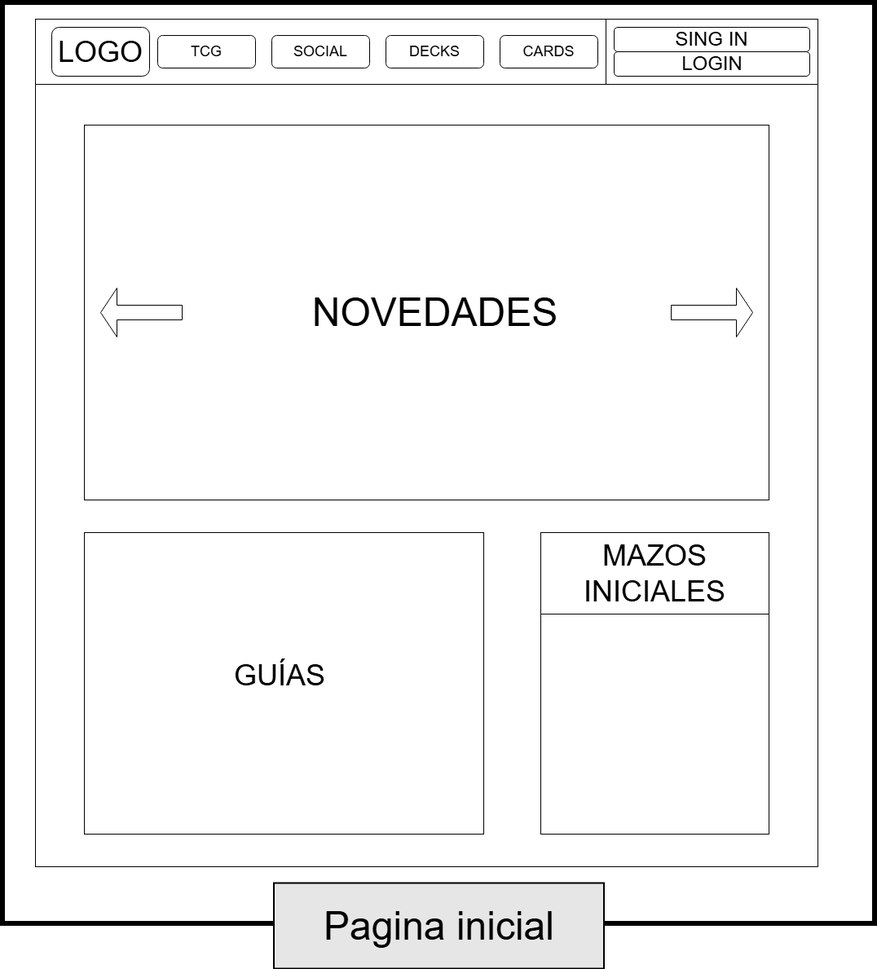
This is Recursos/Boceto2_Inicio.png from edgsant/CardPartner-TCG-Platform, a draw.io export, as it was before one commit. Source tidied: cells renumbered, new cells last; positions are measured from the earlier drawing's top-left corner, leaving out a move shared by most shapes. The source it was exported from:
```xml
<mxGraphModel>
  <root>
    <mxCell id="0" />
    <mxCell id="1" parent="0" />
    <mxCell id="2" style="rounded=0;whiteSpace=wrap;html=1;" parent="1" vertex="1">
      <mxGeometry x="40" y="20" width="960" height="1040" as="geometry" />
    </mxCell>
    <mxCell id="3" style="rounded=0;whiteSpace=wrap;html=1;" parent="1" vertex="1">
      <mxGeometry x="40" y="20" width="840" height="80" as="geometry" />
    </mxCell>
    <mxCell id="4" style="rounded=0;whiteSpace=wrap;html=1;" parent="1" vertex="1">
      <mxGeometry x="740" y="20" width="260" height="80" as="geometry" />
    </mxCell>
    <mxCell id="5" style="rounded=0;whiteSpace=wrap;html=1;" parent="1" vertex="1">
      <mxGeometry x="100" y="150" width="840" height="460" as="geometry" />
    </mxCell>
    <mxCell id="6" style="rounded=0;whiteSpace=wrap;html=1;" parent="1" vertex="1">
      <mxGeometry x="100" y="650" width="490" height="370" as="geometry" />
    </mxCell>
    <mxCell id="7" style="rounded=0;whiteSpace=wrap;html=1;" parent="1" vertex="1">
      <mxGeometry x="660" y="650" width="280" height="370" as="geometry" />
    </mxCell>
    <mxCell id="8" style="rounded=1;whiteSpace=wrap;html=1;" parent="1" vertex="1">
      <mxGeometry x="750" y="30" width="240" height="30" as="geometry" />
    </mxCell>
    <mxCell id="9" style="rounded=1;whiteSpace=wrap;html=1;" parent="1" vertex="1">
      <mxGeometry x="750" y="60" width="240" height="30" as="geometry" />
    </mxCell>
    <mxCell id="10" value="&lt;font style=&quot;font-size: 24px;&quot;&gt;SING IN&lt;/font&gt;" style="text;html=1;whiteSpace=wrap;strokeColor=none;fillColor=none;align=center;verticalAlign=middle;rounded=0;" parent="1" vertex="1">
      <mxGeometry x="775" y="30" width="190" height="30" as="geometry" />
    </mxCell>
    <mxCell id="11" value="&lt;font style=&quot;font-size: 24px;&quot;&gt;LOGIN&lt;/font&gt;" style="text;html=1;whiteSpace=wrap;strokeColor=none;fillColor=none;align=center;verticalAlign=middle;rounded=0;" parent="1" vertex="1">
      <mxGeometry x="787.5" y="60" width="165" height="30" as="geometry" />
    </mxCell>
    <mxCell id="12" style="rounded=1;whiteSpace=wrap;html=1;" parent="1" vertex="1">
      <mxGeometry x="60" y="30" width="120" height="60" as="geometry" />
    </mxCell>
    <mxCell id="13" value="&lt;font style=&quot;font-size: 36px;&quot;&gt;LOGO&lt;/font&gt;" style="text;html=1;whiteSpace=wrap;strokeColor=none;fillColor=none;align=center;verticalAlign=middle;rounded=0;" parent="1" vertex="1">
      <mxGeometry x="70" y="40" width="100" height="40" as="geometry" />
    </mxCell>
    <mxCell id="14" style="rounded=1;whiteSpace=wrap;html=1;" parent="1" vertex="1">
      <mxGeometry x="190" y="40" width="120" height="40" as="geometry" />
    </mxCell>
    <mxCell id="15" style="rounded=1;whiteSpace=wrap;html=1;" parent="1" vertex="1">
      <mxGeometry x="330" y="40" width="120" height="40" as="geometry" />
    </mxCell>
    <mxCell id="16" style="rounded=1;whiteSpace=wrap;html=1;" parent="1" vertex="1">
      <mxGeometry x="470" y="40" width="120" height="40" as="geometry" />
    </mxCell>
    <mxCell id="17" style="rounded=1;whiteSpace=wrap;html=1;" parent="1" vertex="1">
      <mxGeometry x="610" y="40" width="120" height="40" as="geometry" />
    </mxCell>
    <mxCell id="18" value="&lt;font style=&quot;font-size: 18px;&quot;&gt;TCG&lt;/font&gt;" style="text;html=1;whiteSpace=wrap;strokeColor=none;fillColor=none;align=center;verticalAlign=middle;rounded=0;" parent="1" vertex="1">
      <mxGeometry x="205" y="45" width="90" height="30" as="geometry" />
    </mxCell>
    <mxCell id="19" value="&lt;font style=&quot;font-size: 18px;&quot;&gt;SOCIAL&lt;/font&gt;" style="text;html=1;whiteSpace=wrap;strokeColor=none;fillColor=none;align=center;verticalAlign=middle;rounded=0;" parent="1" vertex="1">
      <mxGeometry x="330" y="45" width="120" height="30" as="geometry" />
    </mxCell>
    <mxCell id="20" value="&lt;font style=&quot;font-size: 18px;&quot;&gt;DECKS&lt;/font&gt;" style="text;html=1;whiteSpace=wrap;strokeColor=none;fillColor=none;align=center;verticalAlign=middle;rounded=0;" parent="1" vertex="1">
      <mxGeometry x="500" y="45" width="60" height="30" as="geometry" />
    </mxCell>
    <mxCell id="21" value="&lt;font style=&quot;font-size: 18px;&quot;&gt;CARDS&lt;/font&gt;" style="text;html=1;whiteSpace=wrap;strokeColor=none;fillColor=none;align=center;verticalAlign=middle;rounded=0;" parent="1" vertex="1">
      <mxGeometry x="625" y="45" width="90" height="30" as="geometry" />
    </mxCell>
    <mxCell id="22" value="&lt;span style=&quot;font-size: 48px;&quot;&gt;NOVEDADES&lt;/span&gt;" style="text;html=1;whiteSpace=wrap;strokeColor=none;fillColor=none;align=center;verticalAlign=middle;rounded=0;" parent="1" vertex="1">
      <mxGeometry x="327.5" y="327.5" width="405" height="105" as="geometry" />
    </mxCell>
    <mxCell id="23" style="shape=singleArrow;whiteSpace=wrap;html=1;" parent="1" vertex="1">
      <mxGeometry x="820" y="350" width="100" height="60" as="geometry" />
    </mxCell>
    <mxCell id="24" style="shape=singleArrow;direction=west;whiteSpace=wrap;html=1;" parent="1" vertex="1">
      <mxGeometry x="120" y="350" width="100" height="60" as="geometry" />
    </mxCell>
    <mxCell id="25" value="&lt;span style=&quot;font-size: 36px;&quot;&gt;GUÍAS&lt;/span&gt;" style="text;html=1;whiteSpace=wrap;strokeColor=none;fillColor=none;align=center;verticalAlign=middle;rounded=0;" parent="1" vertex="1">
      <mxGeometry x="150" y="700" width="380" height="250" as="geometry" />
    </mxCell>
    <mxCell id="26" style="rounded=0;whiteSpace=wrap;html=1;" parent="1" vertex="1">
      <mxGeometry x="660" y="650" width="280" height="100" as="geometry" />
    </mxCell>
    <mxCell id="27" value="&lt;font style=&quot;font-size: 36px;&quot;&gt;MAZOS INICIALES&lt;/font&gt;" style="text;html=1;whiteSpace=wrap;strokeColor=none;fillColor=none;align=center;verticalAlign=middle;rounded=0;" parent="1" vertex="1">
      <mxGeometry x="670" y="670" width="260" height="60" as="geometry" />
    </mxCell>
    <mxCell id="28" style="rounded=0;whiteSpace=wrap;html=1;fillColor=none;strokeWidth=6;" parent="1" vertex="1">
      <mxGeometry width="1070" height="1130" as="geometry" />
    </mxCell>
    <mxCell id="29" value="&lt;span style=&quot;font-size: 48px;&quot;&gt;Pagina inicial&lt;/span&gt;" style="text;html=1;whiteSpace=wrap;align=center;verticalAlign=middle;rounded=0;fillColor=#E6E6E6;fillStyle=solid;strokeColor=default;strokeWidth=2;" parent="1" vertex="1">
      <mxGeometry x="332.5" y="1080" width="405" height="105" as="geometry" />
    </mxCell>
  </root>
</mxGraphModel>
```
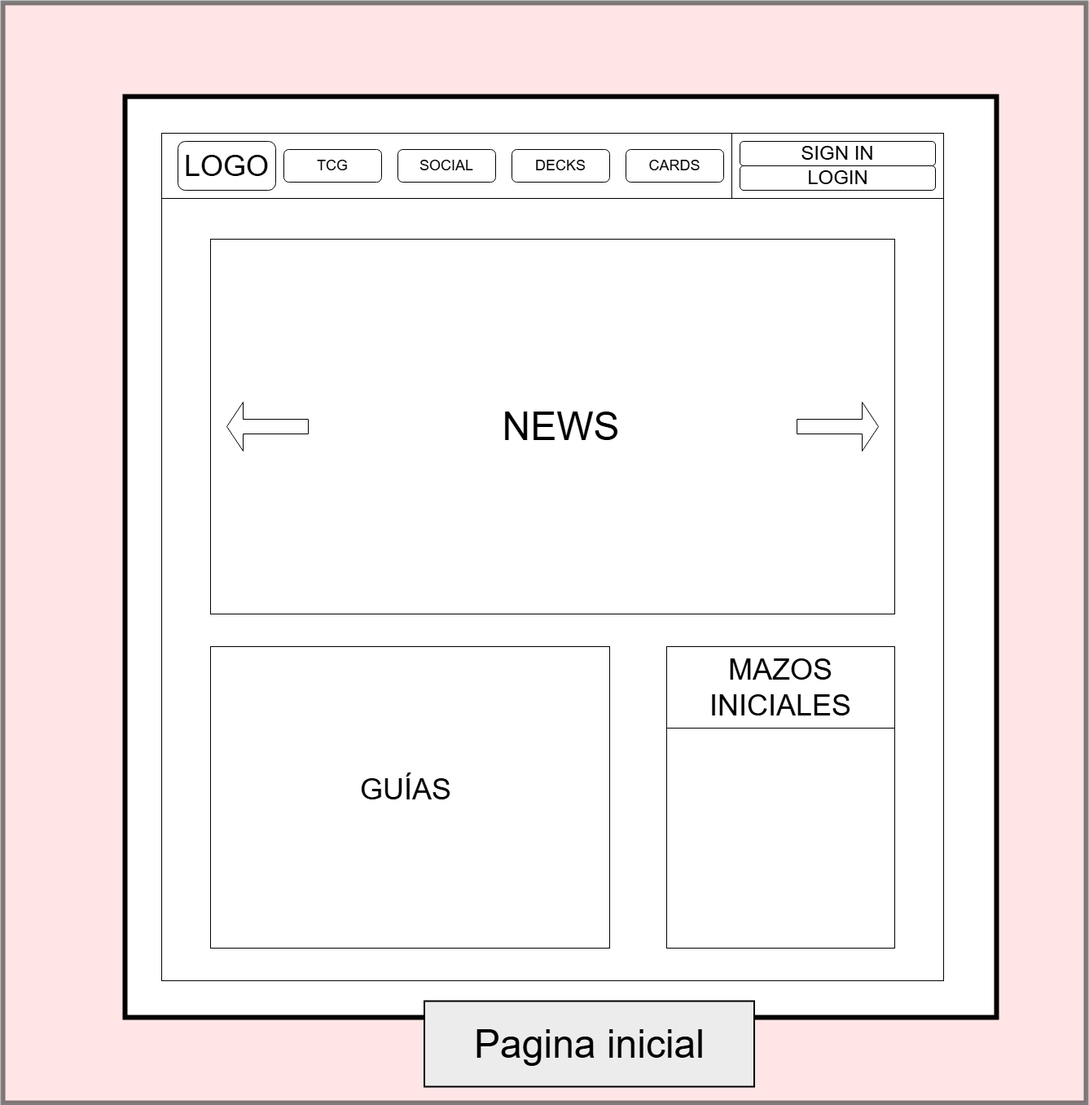
The same diagram one commit later.

Diff of the diagram source:
```diff
@@ -2,89 +2,92 @@
   <root>
     <mxCell id="0" />
     <mxCell id="1" parent="0" />
-    <mxCell id="2" style="rounded=0;whiteSpace=wrap;html=1;" parent="1" vertex="1">
-      <mxGeometry x="40" y="20" width="960" height="1040" as="geometry" />
+    <mxCell id="2" style="rounded=0;whiteSpace=wrap;html=1;fillColor=light-dark(#FFCCCC,#67C4FF);fillStyle=auto;gradientColor=none;opacity=50;strokeWidth=6;" parent="1" vertex="1">
+      <mxGeometry x="-120" y="-70" width="1330" height="1350" as="geometry" />
     </mxCell>
-    <mxCell id="3" style="rounded=0;whiteSpace=wrap;html=1;" parent="1" vertex="1">
-      <mxGeometry x="40" y="20" width="840" height="80" as="geometry" />
+    <mxCell id="3" style="rounded=0;whiteSpace=wrap;html=1;strokeWidth=6;labelBackgroundColor=none;" parent="1" vertex="1">
+      <mxGeometry x="30" y="45" width="1070" height="1130" as="geometry" />
     </mxCell>
-    <mxCell id="4" style="rounded=0;whiteSpace=wrap;html=1;" parent="1" vertex="1">
-      <mxGeometry x="740" y="20" width="260" height="80" as="geometry" />
+    <mxCell id="4" style="rounded=0;whiteSpace=wrap;html=1;labelBackgroundColor=none;" parent="1" vertex="1">
+      <mxGeometry x="75" y="90" width="960" height="1040" as="geometry" />
     </mxCell>
-    <mxCell id="5" style="rounded=0;whiteSpace=wrap;html=1;" parent="1" vertex="1">
-      <mxGeometry x="100" y="150" width="840" height="460" as="geometry" />
+    <mxCell id="5" style="rounded=0;whiteSpace=wrap;html=1;labelBackgroundColor=none;" parent="1" vertex="1">
+      <mxGeometry x="75" y="90" width="840" height="80" as="geometry" />
     </mxCell>
-    <mxCell id="6" style="rounded=0;whiteSpace=wrap;html=1;" parent="1" vertex="1">
-      <mxGeometry x="100" y="650" width="490" height="370" as="geometry" />
+    <mxCell id="6" style="rounded=0;whiteSpace=wrap;html=1;labelBackgroundColor=none;" parent="1" vertex="1">
+      <mxGeometry x="775" y="90" width="260" height="80" as="geometry" />
     </mxCell>
-    <mxCell id="7" style="rounded=0;whiteSpace=wrap;html=1;" parent="1" vertex="1">
-      <mxGeometry x="660" y="650" width="280" height="370" as="geometry" />
+    <mxCell id="7" style="rounded=0;whiteSpace=wrap;html=1;labelBackgroundColor=none;" parent="1" vertex="1">
+      <mxGeometry x="135" y="220" width="840" height="460" as="geometry" />
     </mxCell>
-    <mxCell id="8" style="rounded=1;whiteSpace=wrap;html=1;" parent="1" vertex="1">
-      <mxGeometry x="750" y="30" width="240" height="30" as="geometry" />
+    <mxCell id="8" style="rounded=0;whiteSpace=wrap;html=1;labelBackgroundColor=none;" parent="1" vertex="1">
+      <mxGeometry x="135" y="720" width="490" height="370" as="geometry" />
     </mxCell>
-    <mxCell id="9" style="rounded=1;whiteSpace=wrap;html=1;" parent="1" vertex="1">
-      <mxGeometry x="750" y="60" width="240" height="30" as="geometry" />
+    <mxCell id="9" style="rounded=0;whiteSpace=wrap;html=1;labelBackgroundColor=none;" parent="1" vertex="1">
+      <mxGeometry x="695" y="720" width="280" height="370" as="geometry" />
     </mxCell>
-    <mxCell id="10" value="&lt;font style=&quot;font-size: 24px;&quot;&gt;SING IN&lt;/font&gt;" style="text;html=1;whiteSpace=wrap;strokeColor=none;fillColor=none;align=center;verticalAlign=middle;rounded=0;" parent="1" vertex="1">
-      <mxGeometry x="775" y="30" width="190" height="30" as="geometry" />
+    <mxCell id="10" style="rounded=1;whiteSpace=wrap;html=1;labelBackgroundColor=none;" parent="1" vertex="1">
+      <mxGeometry x="785" y="100" width="240" height="30" as="geometry" />
     </mxCell>
-    <mxCell id="11" value="&lt;font style=&quot;font-size: 24px;&quot;&gt;LOGIN&lt;/font&gt;" style="text;html=1;whiteSpace=wrap;strokeColor=none;fillColor=none;align=center;verticalAlign=middle;rounded=0;" parent="1" vertex="1">
-      <mxGeometry x="787.5" y="60" width="165" height="30" as="geometry" />
+    <mxCell id="11" style="rounded=1;whiteSpace=wrap;html=1;labelBackgroundColor=none;" parent="1" vertex="1">
+      <mxGeometry x="785" y="130" width="240" height="30" as="geometry" />
     </mxCell>
-    <mxCell id="12" style="rounded=1;whiteSpace=wrap;html=1;" parent="1" vertex="1">
-      <mxGeometry x="60" y="30" width="120" height="60" as="geometry" />
+    <mxCell id="12" value="&lt;span style=&quot;font-size: 24px;&quot;&gt;SIGN IN&lt;/span&gt;" style="text;html=1;whiteSpace=wrap;strokeColor=none;fillColor=none;align=center;verticalAlign=middle;rounded=0;labelBackgroundColor=none;" parent="1" vertex="1">
+      <mxGeometry x="810" y="100" width="190" height="30" as="geometry" />
     </mxCell>
-    <mxCell id="13" value="&lt;font style=&quot;font-size: 36px;&quot;&gt;LOGO&lt;/font&gt;" style="text;html=1;whiteSpace=wrap;strokeColor=none;fillColor=none;align=center;verticalAlign=middle;rounded=0;" parent="1" vertex="1">
-      <mxGeometry x="70" y="40" width="100" height="40" as="geometry" />
+    <mxCell id="13" value="&lt;font style=&quot;font-size: 24px;&quot;&gt;LOGIN&lt;/font&gt;" style="text;html=1;whiteSpace=wrap;strokeColor=none;fillColor=none;align=center;verticalAlign=middle;rounded=0;labelBackgroundColor=none;" parent="1" vertex="1">
+      <mxGeometry x="822.5" y="130" width="165" height="30" as="geometry" />
     </mxCell>
-    <mxCell id="14" style="rounded=1;whiteSpace=wrap;html=1;" parent="1" vertex="1">
-      <mxGeometry x="190" y="40" width="120" height="40" as="geometry" />
+    <mxCell id="14" style="rounded=1;whiteSpace=wrap;html=1;labelBackgroundColor=none;" parent="1" vertex="1">
+      <mxGeometry x="95" y="100" width="120" height="60" as="geometry" />
     </mxCell>
-    <mxCell id="15" style="rounded=1;whiteSpace=wrap;html=1;" parent="1" vertex="1">
-      <mxGeometry x="330" y="40" width="120" height="40" as="geometry" />
+    <mxCell id="15" value="&lt;font style=&quot;font-size: 36px;&quot;&gt;LOGO&lt;/font&gt;" style="text;html=1;whiteSpace=wrap;strokeColor=none;fillColor=none;align=center;verticalAlign=middle;rounded=0;labelBackgroundColor=none;" parent="1" vertex="1">
+      <mxGeometry x="105" y="110" width="100" height="40" as="geometry" />
     </mxCell>
-    <mxCell id="16" style="rounded=1;whiteSpace=wrap;html=1;" parent="1" vertex="1">
-      <mxGeometry x="470" y="40" width="120" height="40" as="geometry" />
+    <mxCell id="16" style="rounded=1;whiteSpace=wrap;html=1;labelBackgroundColor=none;" parent="1" vertex="1">
+      <mxGeometry x="225" y="110" width="120" height="40" as="geometry" />
     </mxCell>
-    <mxCell id="17" style="rounded=1;whiteSpace=wrap;html=1;" parent="1" vertex="1">
-      <mxGeometry x="610" y="40" width="120" height="40" as="geometry" />
+    <mxCell id="17" style="rounded=1;whiteSpace=wrap;html=1;labelBackgroundColor=none;" parent="1" vertex="1">
+      <mxGeometry x="365" y="110" width="120" height="40" as="geometry" />
     </mxCell>
-    <mxCell id="18" value="&lt;font style=&quot;font-size: 18px;&quot;&gt;TCG&lt;/font&gt;" style="text;html=1;whiteSpace=wrap;strokeColor=none;fillColor=none;align=center;verticalAlign=middle;rounded=0;" parent="1" vertex="1">
-      <mxGeometry x="205" y="45" width="90" height="30" as="geometry" />
+    <mxCell id="18" style="rounded=1;whiteSpace=wrap;html=1;labelBackgroundColor=none;" parent="1" vertex="1">
+      <mxGeometry x="505" y="110" width="120" height="40" as="geometry" />
     </mxCell>
-    <mxCell id="19" value="&lt;font style=&quot;font-size: 18px;&quot;&gt;SOCIAL&lt;/font&gt;" style="text;html=1;whiteSpace=wrap;strokeColor=none;fillColor=none;align=center;verticalAlign=middle;rounded=0;" parent="1" vertex="1">
-      <mxGeometry x="330" y="45" width="120" height="30" as="geometry" />
+    <mxCell id="19" style="rounded=1;whiteSpace=wrap;html=1;labelBackgroundColor=none;" parent="1" vertex="1">
+      <mxGeometry x="645" y="110" width="120" height="40" as="geometry" />
     </mxCell>
-    <mxCell id="20" value="&lt;font style=&quot;font-size: 18px;&quot;&gt;DECKS&lt;/font&gt;" style="text;html=1;whiteSpace=wrap;strokeColor=none;fillColor=none;align=center;verticalAlign=middle;rounded=0;" parent="1" vertex="1">
-      <mxGeometry x="500" y="45" width="60" height="30" as="geometry" />
+    <mxCell id="20" value="&lt;font style=&quot;font-size: 18px;&quot;&gt;TCG&lt;/font&gt;" style="text;html=1;whiteSpace=wrap;strokeColor=none;fillColor=none;align=center;verticalAlign=middle;rounded=0;labelBackgroundColor=none;" parent="1" vertex="1">
+      <mxGeometry x="240" y="115" width="90" height="30" as="geometry" />
     </mxCell>
-    <mxCell id="21" value="&lt;font style=&quot;font-size: 18px;&quot;&gt;CARDS&lt;/font&gt;" style="text;html=1;whiteSpace=wrap;strokeColor=none;fillColor=none;align=center;verticalAlign=middle;rounded=0;" parent="1" vertex="1">
-      <mxGeometry x="625" y="45" width="90" height="30" as="geometry" />
+    <mxCell id="21" value="&lt;font style=&quot;font-size: 18px;&quot;&gt;SOCIAL&lt;/font&gt;" style="text;html=1;whiteSpace=wrap;strokeColor=none;fillColor=none;align=center;verticalAlign=middle;rounded=0;labelBackgroundColor=none;" parent="1" vertex="1">
+      <mxGeometry x="365" y="115" width="120" height="30" as="geometry" />
     </mxCell>
-    <mxCell id="22" value="&lt;span style=&quot;font-size: 48px;&quot;&gt;NOVEDADES&lt;/span&gt;" style="text;html=1;whiteSpace=wrap;strokeColor=none;fillColor=none;align=center;verticalAlign=middle;rounded=0;" parent="1" vertex="1">
-      <mxGeometry x="327.5" y="327.5" width="405" height="105" as="geometry" />
+    <mxCell id="22" value="&lt;font style=&quot;font-size: 18px;&quot;&gt;DECKS&lt;/font&gt;" style="text;html=1;whiteSpace=wrap;strokeColor=none;fillColor=none;align=center;verticalAlign=middle;rounded=0;labelBackgroundColor=none;" parent="1" vertex="1">
+      <mxGeometry x="535" y="115" width="60" height="30" as="geometry" />
     </mxCell>
-    <mxCell id="23" style="shape=singleArrow;whiteSpace=wrap;html=1;" parent="1" vertex="1">
-      <mxGeometry x="820" y="350" width="100" height="60" as="geometry" />
+    <mxCell id="23" value="&lt;font style=&quot;font-size: 18px;&quot;&gt;CARDS&lt;/font&gt;" style="text;html=1;whiteSpace=wrap;strokeColor=none;fillColor=none;align=center;verticalAlign=middle;rounded=0;labelBackgroundColor=none;" parent="1" vertex="1">
+      <mxGeometry x="660" y="115" width="90" height="30" as="geometry" />
     </mxCell>
-    <mxCell id="24" style="shape=singleArrow;direction=west;whiteSpace=wrap;html=1;" parent="1" vertex="1">
-      <mxGeometry x="120" y="350" width="100" height="60" as="geometry" />
+    <mxCell id="24" value="&lt;span style=&quot;font-size: 48px;&quot;&gt;NEWS&lt;/span&gt;" style="text;html=1;whiteSpace=wrap;strokeColor=none;fillColor=none;align=center;verticalAlign=middle;rounded=0;labelBackgroundColor=none;" parent="1" vertex="1">
+      <mxGeometry x="362.5" y="397.5" width="405" height="105" as="geometry" />
     </mxCell>
-    <mxCell id="25" value="&lt;span style=&quot;font-size: 36px;&quot;&gt;GUÍAS&lt;/span&gt;" style="text;html=1;whiteSpace=wrap;strokeColor=none;fillColor=none;align=center;verticalAlign=middle;rounded=0;" parent="1" vertex="1">
-      <mxGeometry x="150" y="700" width="380" height="250" as="geometry" />
+    <mxCell id="25" style="shape=singleArrow;whiteSpace=wrap;html=1;labelBackgroundColor=none;" parent="1" vertex="1">
+      <mxGeometry x="855" y="420" width="100" height="60" as="geometry" />
     </mxCell>
-    <mxCell id="26" style="rounded=0;whiteSpace=wrap;html=1;" parent="1" vertex="1">
-      <mxGeometry x="660" y="650" width="280" height="100" as="geometry" />
+    <mxCell id="26" style="shape=singleArrow;direction=west;whiteSpace=wrap;html=1;labelBackgroundColor=none;" parent="1" vertex="1">
+      <mxGeometry x="155" y="420" width="100" height="60" as="geometry" />
     </mxCell>
-    <mxCell id="27" value="&lt;font style=&quot;font-size: 36px;&quot;&gt;MAZOS INICIALES&lt;/font&gt;" style="text;html=1;whiteSpace=wrap;strokeColor=none;fillColor=none;align=center;verticalAlign=middle;rounded=0;" parent="1" vertex="1">
-      <mxGeometry x="670" y="670" width="260" height="60" as="geometry" />
+    <mxCell id="27" value="&lt;span style=&quot;font-size: 36px;&quot;&gt;GUÍAS&lt;/span&gt;" style="text;html=1;whiteSpace=wrap;strokeColor=none;fillColor=none;align=center;verticalAlign=middle;rounded=0;labelBackgroundColor=none;" parent="1" vertex="1">
+      <mxGeometry x="185" y="770" width="380" height="250" as="geometry" />
     </mxCell>
-    <mxCell id="28" style="rounded=0;whiteSpace=wrap;html=1;fillColor=none;strokeWidth=6;" parent="1" vertex="1">
-      <mxGeometry width="1070" height="1130" as="geometry" />
+    <mxCell id="28" style="rounded=0;whiteSpace=wrap;html=1;labelBackgroundColor=none;" parent="1" vertex="1">
+      <mxGeometry x="695" y="720" width="280" height="100" as="geometry" />
     </mxCell>
-    <mxCell id="29" value="&lt;span style=&quot;font-size: 48px;&quot;&gt;Pagina inicial&lt;/span&gt;" style="text;html=1;whiteSpace=wrap;align=center;verticalAlign=middle;rounded=0;fillColor=#E6E6E6;fillStyle=solid;strokeColor=default;strokeWidth=2;" parent="1" vertex="1">
-      <mxGeometry x="332.5" y="1080" width="405" height="105" as="geometry" />
+    <mxCell id="29" value="&lt;font style=&quot;font-size: 36px;&quot;&gt;MAZOS INICIALES&lt;/font&gt;" style="text;html=1;whiteSpace=wrap;strokeColor=none;fillColor=none;align=center;verticalAlign=middle;rounded=0;labelBackgroundColor=none;" parent="1" vertex="1">
+      <mxGeometry x="705" y="740" width="260" height="60" as="geometry" />
     </mxCell>
+    <mxCell id="30" value="&lt;span style=&quot;font-size: 48px;&quot;&gt;Pagina inicial&lt;/span&gt;" style="text;html=1;whiteSpace=wrap;align=center;verticalAlign=middle;rounded=0;fillStyle=solid;strokeWidth=2;labelBackgroundColor=none;fillColor=#ECECEC;strokeColor=default;" parent="1" vertex="1">
+      <mxGeometry x="397.5" y="1155" width="405" height="105" as="geometry" />
+    </mxCell>
   </root>
 </mxGraphModel>
```
